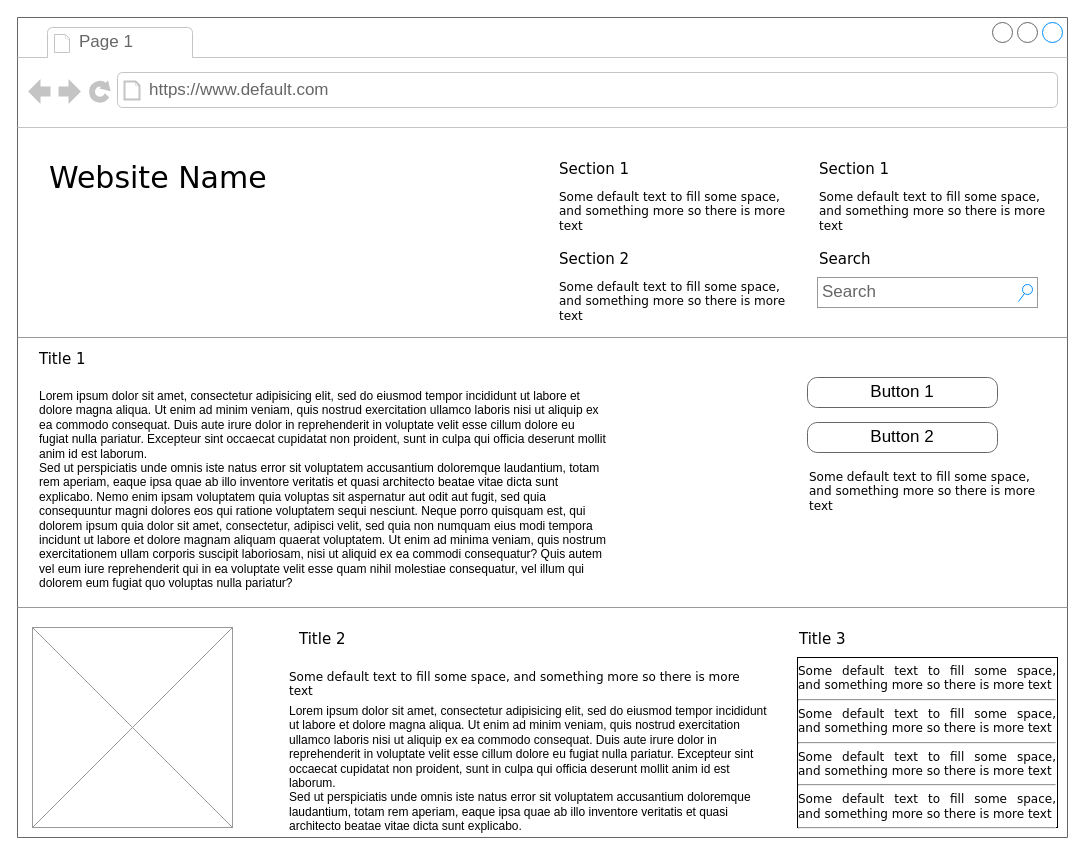
Web-App-Dev-Assignment/Web-Application-Development-Assignment keeps this draw.io diagram as WebAppDes_Wireframe.drawio. Above is the earlier version. Source tidied: cells renumbered, new cells numbered last; positions are measured from the earlier drawing's top-left corner, leaving out a move shared by most shapes. Both pictures are drawn from the tidied source at 100%, with x=0, y=0 at pixel (17, 17).
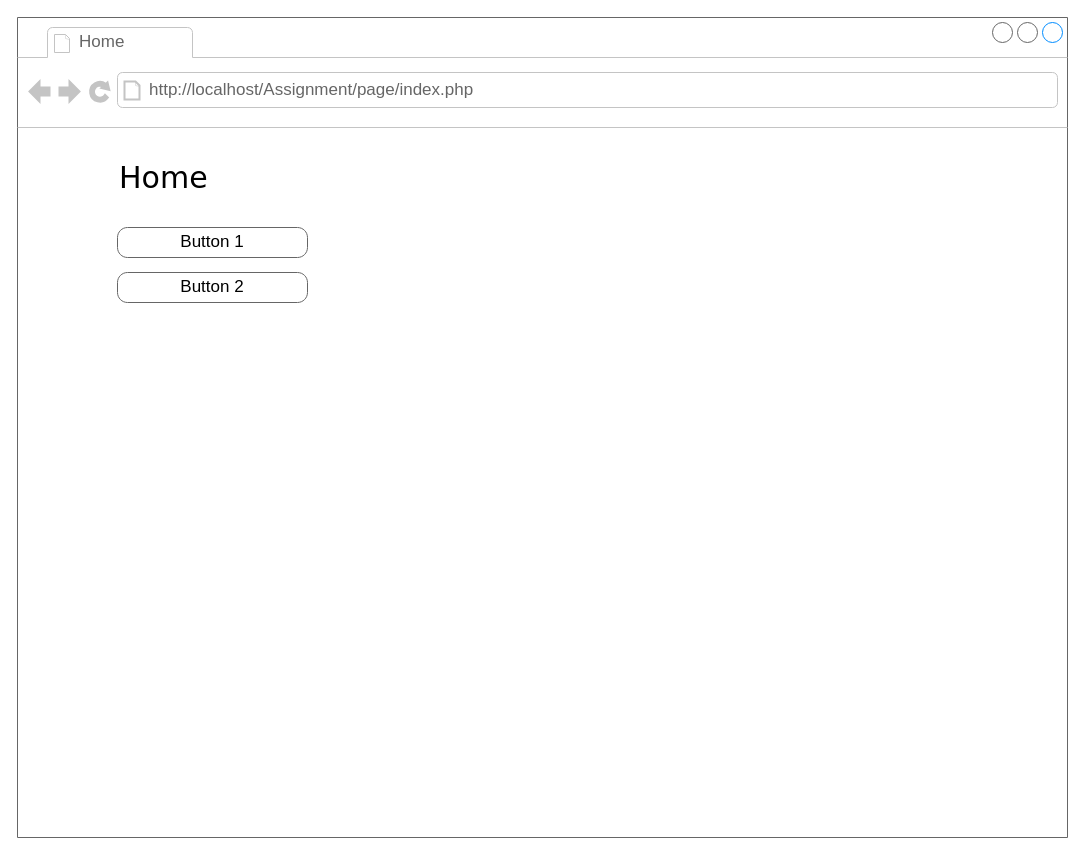
The same page after the edit.

Unchanged cells that the change refers to:
```xml
<mxCell id="2" style="strokeWidth=1;shadow=0;dashed=0;align=center;html=1;shape=mxgraph.mockup.containers.browserWindow;rSize=0;strokeColor=#666666;mainText=,;rounded=0;labelBackgroundColor=none;fontFamily=Verdana;fontSize=12;" parent="1" vertex="1">
  <mxGeometry width="1050" height="820" as="geometry" />
</mxCell>
```

Change to the diagram source:
```diff
@@
-    <mxCell id="3" value="Page 1" style="strokeWidth=1;shadow=0;dashed=0;align=center;html=1;shape=mxgraph.mockup.containers.anchor;fontSize=17;fontColor=#666666;align=left;" parent="2" vertex="1">
+    <mxCell id="3" value="Home" style="strokeWidth=1;shadow=0;dashed=0;align=center;html=1;shape=mxgraph.mockup.containers.anchor;fontSize=17;fontColor=#666666;align=left;" parent="2" vertex="1">
       <mxGeometry x="60" y="12" width="110" height="26" as="geometry" />
     </mxCell>
-    <mxCell id="4" value="https://www.default.com" style="strokeWidth=1;shadow=0;dashed=0;align=center;html=1;shape=mxgraph.mockup.containers.anchor;rSize=0;fontSize=17;fontColor=#666666;align=left;" parent="2" vertex="1">
-      <mxGeometry x="130" y="60" width="250" height="26" as="geometry" />
+    <mxCell id="4" value="http://localhost/Assignment/page/index.php" style="strokeWidth=1;shadow=0;dashed=0;align=center;html=1;shape=mxgraph.mockup.containers.anchor;rSize=0;fontSize=17;fontColor=#666666;align=left;" parent="2" vertex="1">
+      <mxGeometry x="130" y="60" width="350" height="26" as="geometry" />
     </mxCell>
-    <mxCell id="5" value="Website Name" style="text;html=1;align=left;verticalAlign=top;spacingTop=-4;fontSize=30;fontFamily=Verdana;" parent="2" vertex="1">
-      <mxGeometry x="30" y="140" width="340" height="50" as="geometry" />
+    <mxCell id="5" value="Home" style="text;html=1;align=left;verticalAlign=top;spacingTop=-4;fontSize=30;fontFamily=Verdana;" parent="2" vertex="1">
+      <mxGeometry x="100" y="140" width="340" height="50" as="geometry" />
     </mxCell>
-    <mxCell id="6" value="Section 1" style="text;html=1;align=left;verticalAlign=top;spacingTop=-4;fontSize=15;fontFamily=Verdana;" parent="2" vertex="1">
-      <mxGeometry x="540" y="140" width="170" height="30" as="geometry" />
-    </mxCell>
-    <mxCell id="7" value="Some default text to fill some space, and&amp;nbsp;&lt;span&gt;something more so there is more text&lt;/span&gt;" style="text;html=1;align=left;verticalAlign=top;spacingTop=-4;fontSize=12;fontFamily=Verdana;whiteSpace=wrap;" parent="2" vertex="1">
-      <mxGeometry x="540" y="170" width="240" height="40" as="geometry" />
-    </mxCell>
-    <mxCell id="8" value="Section 2" style="text;html=1;align=left;verticalAlign=top;spacingTop=-4;fontSize=15;fontFamily=Verdana;" parent="2" vertex="1">
-      <mxGeometry x="540" y="230" width="170" height="30" as="geometry" />
-    </mxCell>
-    <mxCell id="9" value="Some default text to fill some space, and&amp;nbsp;&lt;span&gt;something more so there is more text&lt;/span&gt;" style="text;html=1;align=left;verticalAlign=top;spacingTop=-4;fontSize=12;fontFamily=Verdana;whiteSpace=wrap;" parent="2" vertex="1">
-      <mxGeometry x="540" y="260" width="240" height="40" as="geometry" />
-    </mxCell>
-    <mxCell id="10" value="Section 1" style="text;html=1;align=left;verticalAlign=top;spacingTop=-4;fontSize=15;fontFamily=Verdana;" parent="2" vertex="1">
-      <mxGeometry x="800" y="140" width="170" height="30" as="geometry" />
-    </mxCell>
-    <mxCell id="11" value="Some default text to fill some space, and&amp;nbsp;&lt;span&gt;something more so there is more text&lt;/span&gt;" style="text;html=1;align=left;verticalAlign=top;spacingTop=-4;fontSize=12;fontFamily=Verdana;whiteSpace=wrap;" parent="2" vertex="1">
-      <mxGeometry x="800" y="170" width="240" height="40" as="geometry" />
-    </mxCell>
-    <mxCell id="12" value="Search" style="text;html=1;align=left;verticalAlign=top;spacingTop=-4;fontSize=15;fontFamily=Verdana;" parent="2" vertex="1">
-      <mxGeometry x="800" y="230" width="170" height="30" as="geometry" />
-    </mxCell>
-    <mxCell id="13" value="Search" style="strokeWidth=1;shadow=0;dashed=0;align=center;html=1;shape=mxgraph.mockup.forms.searchBox;strokeColor=#999999;mainText=;strokeColor2=#008cff;fontColor=#666666;fontSize=17;align=left;spacingLeft=3;rounded=0;labelBackgroundColor=none;" parent="2" vertex="1">
-      <mxGeometry x="800" y="260" width="220" height="30" as="geometry" />
-    </mxCell>
-    <mxCell id="14" style="verticalLabelPosition=bottom;shadow=0;dashed=0;align=center;html=1;verticalAlign=top;strokeWidth=1;shape=mxgraph.mockup.markup.line;strokeColor=#999999;rounded=0;labelBackgroundColor=none;fillColor=#ffffff;fontFamily=Verdana;fontSize=12;fontColor=#000000;" parent="2" vertex="1">
-      <mxGeometry y="310" width="1050" height="20" as="geometry" />
-    </mxCell>
-    <mxCell id="15" value="Title 1" style="text;html=1;align=left;verticalAlign=top;spacingTop=-4;fontSize=15;fontFamily=Verdana;" parent="2" vertex="1">
-      <mxGeometry x="20" y="330" width="170" height="30" as="geometry" />
-    </mxCell>
-    <mxCell id="16" value="Lorem ipsum dolor sit amet, consectetur adipisicing elit, sed do eiusmod tempor incididunt ut labore et dolore magna aliqua. Ut enim ad minim veniam, quis nostrud exercitation ullamco laboris nisi ut aliquip ex ea commodo consequat. Duis aute irure dolor in reprehenderit in voluptate velit esse cillum dolore eu fugiat nulla pariatur. Excepteur sint occaecat cupidatat non proident, sunt in culpa qui officia deserunt mollit anim id est laborum.&#10;Sed ut perspiciatis unde omnis iste natus error sit voluptatem accusantium doloremque laudantium, totam rem aperiam, eaque ipsa quae ab illo inventore veritatis et quasi architecto beatae vitae dicta sunt explicabo. Nemo enim ipsam voluptatem quia voluptas sit aspernatur aut odit aut fugit, sed quia consequuntur magni dolores eos qui ratione voluptatem sequi nesciunt. Neque porro quisquam est, qui dolorem ipsum quia dolor sit amet, consectetur, adipisci velit, sed quia non numquam eius modi tempora incidunt ut labore et dolore magnam aliquam quaerat voluptatem. Ut enim ad minima veniam, quis nostrum exercitationem ullam corporis suscipit laboriosam, nisi ut aliquid ex ea commodi consequatur? Quis autem vel eum iure reprehenderit qui in ea voluptate velit esse quam nihil molestiae consequatur, vel illum qui dolorem eum fugiat quo voluptas nulla pariatur?" style="text;spacingTop=-5;whiteSpace=wrap;html=1;align=left;fontSize=12;fontFamily=Helvetica;fillColor=none;strokeColor=none;rounded=0;shadow=1;labelBackgroundColor=none;" parent="2" vertex="1">
-      <mxGeometry x="20" y="370" width="570" height="240" as="geometry" />
-    </mxCell>
     <mxCell id="17" value="Button 1" style="strokeWidth=1;shadow=0;dashed=0;align=center;html=1;shape=mxgraph.mockup.buttons.button;strokeColor=#666666;mainText=;buttonStyle=round;fontSize=17;fontStyle=0;fillColor=none;whiteSpace=wrap;rounded=0;labelBackgroundColor=none;" parent="2" vertex="1">
-      <mxGeometry x="790" y="360" width="190" height="30" as="geometry" />
+      <mxGeometry x="100" y="210" width="190" height="30" as="geometry" />
     </mxCell>
     <mxCell id="18" value="Button 2" style="strokeWidth=1;shadow=0;dashed=0;align=center;html=1;shape=mxgraph.mockup.buttons.button;strokeColor=#666666;mainText=;buttonStyle=round;fontSize=17;fontStyle=0;fillColor=none;whiteSpace=wrap;rounded=0;labelBackgroundColor=none;" parent="2" vertex="1">
-      <mxGeometry x="790" y="405" width="190" height="30" as="geometry" />
+      <mxGeometry x="100" y="255" width="190" height="30" as="geometry" />
     </mxCell>
-    <mxCell id="19" value="Some default text to fill some space, and&amp;nbsp;&lt;span&gt;something more so there is more text&lt;/span&gt;" style="text;html=1;align=left;verticalAlign=top;spacingTop=-4;fontSize=12;fontFamily=Verdana;whiteSpace=wrap;" parent="2" vertex="1">
-      <mxGeometry x="790" y="450" width="240" height="40" as="geometry" />
-    </mxCell>
-    <mxCell id="20" style="verticalLabelPosition=bottom;shadow=0;dashed=0;align=center;html=1;verticalAlign=top;strokeWidth=1;shape=mxgraph.mockup.markup.line;strokeColor=#999999;rounded=0;labelBackgroundColor=none;fillColor=#ffffff;fontFamily=Verdana;fontSize=12;fontColor=#000000;" parent="2" vertex="1">
-      <mxGeometry y="580" width="1050" height="20" as="geometry" />
-    </mxCell>
-    <mxCell id="21" style="verticalLabelPosition=bottom;shadow=0;dashed=0;align=center;html=1;verticalAlign=top;strokeWidth=1;shape=mxgraph.mockup.graphics.simpleIcon;strokeColor=#999999;fillColor=#ffffff;rounded=0;labelBackgroundColor=none;fontFamily=Verdana;fontSize=12;fontColor=#000000;" parent="2" vertex="1">
-      <mxGeometry x="15" y="610" width="200" height="200" as="geometry" />
-    </mxCell>
-    <mxCell id="22" value="Title 2" style="text;html=1;align=left;verticalAlign=top;spacingTop=-4;fontSize=15;fontFamily=Verdana;" parent="2" vertex="1">
-      <mxGeometry x="280" y="610" width="170" height="30" as="geometry" />
-    </mxCell>
-    <mxCell id="23" value="Title 3" style="text;html=1;align=left;verticalAlign=top;spacingTop=-4;fontSize=15;fontFamily=Verdana;" parent="2" vertex="1">
-      <mxGeometry x="780" y="610" width="170" height="30" as="geometry" />
-    </mxCell>
-    <mxCell id="24" value="&lt;div style=&quot;text-align: justify&quot;&gt;&lt;span&gt;Some default text to fill some space, and&amp;nbsp;&lt;/span&gt;&lt;span&gt;something more so there is more text&lt;/span&gt;&lt;/div&gt;&lt;div style=&quot;text-align: justify&quot;&gt;&lt;hr id=&quot;null&quot; style=&quot;text-align: justify&quot;&gt;&lt;span&gt;&lt;div style=&quot;text-align: justify&quot;&gt;&lt;span&gt;Some default text to fill some space, and&amp;nbsp;&lt;/span&gt;&lt;span&gt;something more so there is more text&lt;/span&gt;&lt;/div&gt;&lt;/span&gt;&lt;/div&gt;&lt;hr id=&quot;null&quot; style=&quot;text-align: justify&quot;&gt;&lt;span&gt;&lt;div style=&quot;text-align: justify&quot;&gt;&lt;span&gt;Some default text to fill some space, and&amp;nbsp;&lt;/span&gt;&lt;span&gt;something more so there is more text&lt;/span&gt;&lt;/div&gt;&lt;/span&gt;&lt;hr id=&quot;null&quot; style=&quot;text-align: justify&quot;&gt;&lt;span&gt;&lt;div style=&quot;text-align: justify&quot;&gt;&lt;span&gt;Some default text to fill some space, and&amp;nbsp;&lt;/span&gt;&lt;span&gt;something more so there is more text&lt;/span&gt;&lt;/div&gt;&lt;/span&gt;&lt;hr id=&quot;null&quot; style=&quot;text-align: left&quot;&gt;" style="whiteSpace=wrap;html=1;rounded=0;shadow=0;labelBackgroundColor=none;strokeWidth=1;fontFamily=Verdana;fontSize=12;align=center;verticalAlign=top;" parent="2" vertex="1">
-      <mxGeometry x="780" y="640" width="260" height="170" as="geometry" />
-    </mxCell>
-    <mxCell id="25" value="Some default text to fill some space, and&amp;nbsp;&lt;span&gt;something more so there is more text&lt;/span&gt;" style="text;html=1;align=left;verticalAlign=top;spacingTop=-4;fontSize=12;fontFamily=Verdana;whiteSpace=wrap;" parent="2" vertex="1">
-      <mxGeometry x="270" y="650" width="470" height="40" as="geometry" />
-    </mxCell>
-    <mxCell id="26" value="Lorem ipsum dolor sit amet, consectetur adipisicing elit, sed do eiusmod tempor incididunt ut labore et dolore magna aliqua. Ut enim ad minim veniam, quis nostrud exercitation ullamco laboris nisi ut aliquip ex ea commodo consequat. Duis aute irure dolor in reprehenderit in voluptate velit esse cillum dolore eu fugiat nulla pariatur. Excepteur sint occaecat cupidatat non proident, sunt in culpa qui officia deserunt mollit anim id est laborum.&lt;br&gt;Sed ut perspiciatis unde omnis iste natus error sit voluptatem accusantium doloremque laudantium, totam rem aperiam, eaque ipsa quae ab illo inventore veritatis et quasi architecto beatae vitae dicta sunt explicabo.&amp;nbsp;" style="text;spacingTop=-5;whiteSpace=wrap;html=1;align=left;fontSize=12;fontFamily=Helvetica;fillColor=none;strokeColor=none;rounded=0;shadow=1;labelBackgroundColor=none;" parent="1" vertex="1">
-      <mxGeometry x="270" y="685" width="490" height="125" as="geometry" />
-    </mxCell>
```
